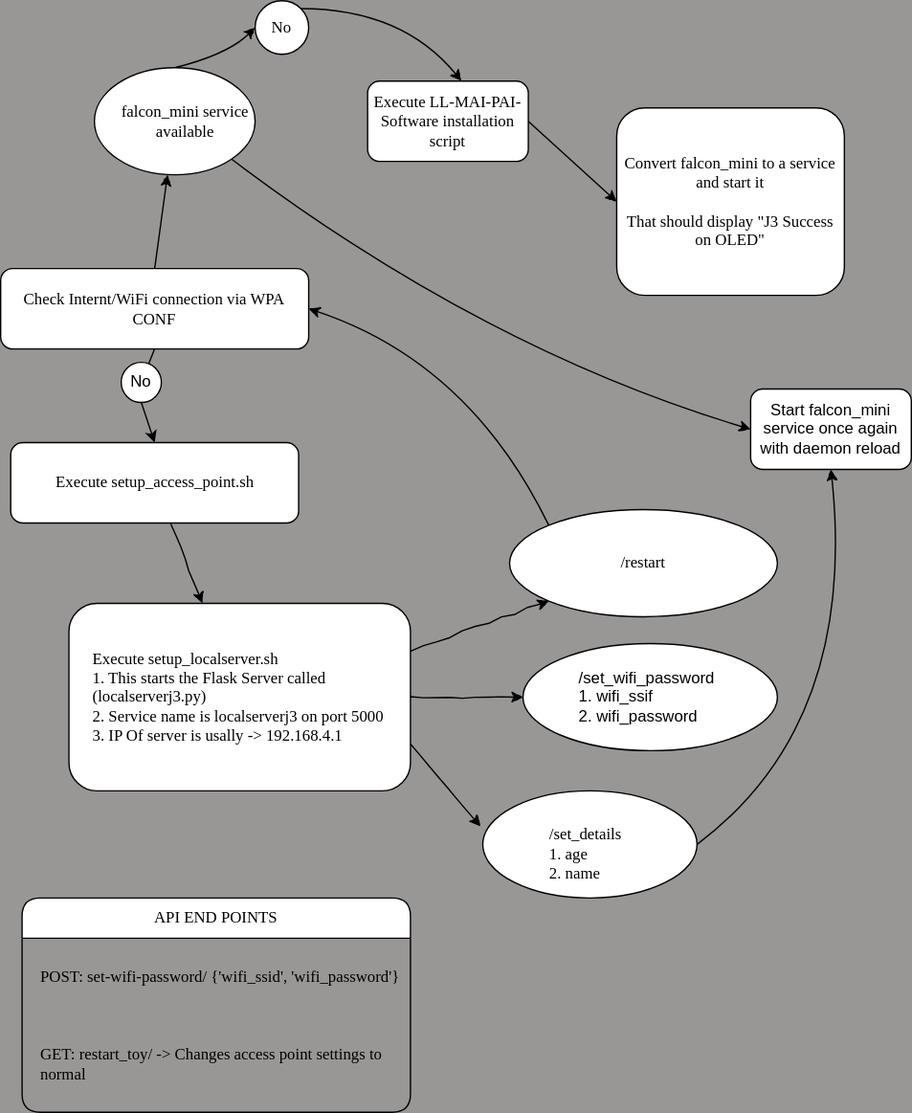
The draw.io diagram boot_sequence.svg in rshrc/falcon-mini, before a commit. Source tidied: cells renumbered, new cells last; positions are measured from the earlier drawing's top-left corner, leaving out a move shared by most shapes. Source of this version:
```xml
<mxGraphModel background="#999696">
  <root>
    <mxCell id="0" />
    <mxCell id="1" parent="0" />
    <mxCell id="2" style="edgeStyle=none;html=1;exitX=0.5;exitY=1;exitDx=0;exitDy=0;startArrow=none;" parent="1" edge="1" source="22">
      <mxGeometry relative="1" as="geometry">
        <mxPoint x="115" y="330" as="targetPoint" />
      </mxGeometry>
    </mxCell>
    <mxCell id="3" style="edgeStyle=none;html=1;exitX=0.5;exitY=0;exitDx=0;exitDy=0;fontFamily=Helvetica;curved=1;flowAnimation=1;fixDash=0;snapToPoint=0;comic=1;" parent="1" edge="1" source="4" target="26">
      <mxGeometry relative="1" as="geometry" />
    </mxCell>
    <mxCell id="4" value="Check Internt/WiFi connection via WPA CONF" style="rounded=1;whiteSpace=wrap;html=1;fontFamily=Verdana;" parent="1" vertex="1">
      <mxGeometry y="200" width="230" height="60" as="geometry" />
    </mxCell>
    <mxCell id="5" style="edgeStyle=none;html=1;comic=1;flowAnimation=1;" parent="1" edge="1" source="6" target="10">
      <mxGeometry relative="1" as="geometry" />
    </mxCell>
    <mxCell id="6" value="Execute setup_access_point.sh" style="rounded=1;whiteSpace=wrap;html=1;fontFamily=Verdana;" parent="1" vertex="1">
      <mxGeometry x="7.5" y="330" width="215" height="60" as="geometry" />
    </mxCell>
    <mxCell id="7" style="edgeStyle=none;html=1;exitX=1;exitY=0.75;exitDx=0;exitDy=0;entryX=-0.011;entryY=0.333;entryDx=0;entryDy=0;entryPerimeter=0;fontFamily=Verdana;comic=1;flowAnimation=1;" parent="1" edge="1" source="10" target="16">
      <mxGeometry relative="1" as="geometry" />
    </mxCell>
    <mxCell id="8" style="edgeStyle=none;html=1;exitX=1;exitY=0.5;exitDx=0;exitDy=0;entryX=0;entryY=0.5;entryDx=0;entryDy=0;fontFamily=Helvetica;comic=1;flowAnimation=1;" parent="1" edge="1" source="10" target="14">
      <mxGeometry relative="1" as="geometry" />
    </mxCell>
    <mxCell id="9" style="edgeStyle=none;html=1;exitX=1;exitY=0.25;exitDx=0;exitDy=0;entryX=0;entryY=1;entryDx=0;entryDy=0;fontFamily=Helvetica;comic=1;flowAnimation=1;" parent="1" edge="1" source="10" target="18">
      <mxGeometry relative="1" as="geometry" />
    </mxCell>
    <mxCell id="10" value="Execute setup_localserver.sh&lt;br&gt;1. This starts the Flask Server called (localserverj3.py)&lt;br&gt;2. Service name is localserverj3 on port 5000&lt;br&gt;3. IP Of server is usally -&amp;gt; 192.168.4.1" style="rounded=1;html=1;align=left;verticalAlign=middle;whiteSpace=wrap;spacingLeft=16;spacingRight=16;fontFamily=Verdana;" parent="1" vertex="1">
      <mxGeometry x="51" y="450" width="255" height="140" as="geometry" />
    </mxCell>
    <mxCell id="11" value="API END POINTS" style="swimlane;fontStyle=0;horizontal=1;startSize=30;whiteSpace=wrap;html=1;fontFamily=Verdana;rounded=1;" parent="1" vertex="1">
      <mxGeometry x="16" y="670" width="290" height="160" as="geometry" />
    </mxCell>
    <mxCell id="12" value="POST: set-wifi-password/ {'wifi_ssid', 'wifi_password'}" style="text;strokeColor=none;fillColor=none;align=left;verticalAlign=middle;spacingLeft=12;spacingRight=4;overflow=hidden;whiteSpace=wrap;html=1;fontFamily=Verdana;spacingBottom=12;rounded=1;" parent="11" vertex="1">
      <mxGeometry y="30" width="290" height="70" as="geometry" />
    </mxCell>
    <mxCell id="13" value="GET: restart_toy/ -&amp;gt; Changes access point settings to normal" style="text;strokeColor=none;fillColor=none;align=left;verticalAlign=middle;spacingLeft=12;spacingRight=4;overflow=hidden;whiteSpace=wrap;html=1;fontFamily=Verdana;spacingBottom=12;rounded=1;" parent="11" vertex="1">
      <mxGeometry y="100" width="290" height="60" as="geometry" />
    </mxCell>
    <mxCell id="14" value="/set_wifi_password&lt;br&gt;1. wifi_ssif&lt;br&gt;&lt;div style=&quot;&quot;&gt;&lt;span style=&quot;background-color: initial;&quot;&gt;2. wifi_password&lt;/span&gt;&lt;/div&gt;" style="ellipse;whiteSpace=wrap;html=1;fontFamily=Helvetica;align=left;fontStyle=0;spacingLeft=40;rounded=1;" parent="1" vertex="1">
      <mxGeometry x="390" y="480" width="190" height="80" as="geometry" />
    </mxCell>
    <mxCell id="15" style="edgeStyle=none;curved=1;comic=1;html=1;exitX=1;exitY=0.5;exitDx=0;exitDy=0;entryX=0.5;entryY=1;entryDx=0;entryDy=0;fontFamily=Helvetica;flowAnimation=1;" parent="1" edge="1" source="16" target="29">
      <mxGeometry relative="1" as="geometry">
        <Array as="points">
          <mxPoint x="640" y="540" />
        </Array>
      </mxGeometry>
    </mxCell>
    <mxCell id="16" value="&lt;br&gt;/set_details&lt;br&gt;1. age&lt;br&gt;&lt;div style=&quot;&quot;&gt;&lt;span style=&quot;background-color: initial;&quot;&gt;2. name&lt;/span&gt;&lt;/div&gt;" style="ellipse;whiteSpace=wrap;html=1;fontFamily=Verdana;align=left;spacingLeft=48;rounded=1;" parent="1" vertex="1">
      <mxGeometry x="360" y="590" width="160" height="80" as="geometry" />
    </mxCell>
    <mxCell id="17" style="edgeStyle=none;html=1;exitX=0;exitY=0;exitDx=0;exitDy=0;entryX=1;entryY=0.5;entryDx=0;entryDy=0;fontFamily=Helvetica;curved=1;comic=1;flowAnimation=1;" parent="1" edge="1" source="18" target="4">
      <mxGeometry relative="1" as="geometry">
        <Array as="points">
          <mxPoint x="350" y="270" />
        </Array>
      </mxGeometry>
    </mxCell>
    <mxCell id="18" value="/restart" style="ellipse;whiteSpace=wrap;html=1;fontFamily=Verdana;rounded=1;" parent="1" vertex="1">
      <mxGeometry x="380" y="380" width="200" height="80" as="geometry" />
    </mxCell>
    <mxCell id="19" style="edgeStyle=none;curved=1;comic=1;html=1;exitX=1;exitY=0.5;exitDx=0;exitDy=0;entryX=0;entryY=0.5;entryDx=0;entryDy=0;fontFamily=Helvetica;flowAnimation=1;" parent="1" edge="1" source="20" target="23">
      <mxGeometry relative="1" as="geometry" />
    </mxCell>
    <mxCell id="20" value="Execute LL-MAI-PAI-Software installation script" style="rounded=1;whiteSpace=wrap;html=1;fontFamily=Verdana;" parent="1" vertex="1">
      <mxGeometry x="274" y="60" width="120" height="60" as="geometry" />
    </mxCell>
    <mxCell id="21" style="edgeStyle=none;html=1;exitX=0.5;exitY=1;exitDx=0;exitDy=0;endArrow=none;" parent="1" edge="1" source="4" target="22">
      <mxGeometry relative="1" as="geometry" />
    </mxCell>
    <mxCell id="22" value="No" style="ellipse;whiteSpace=wrap;html=1;fontFamily=Helvetica;rounded=1;" parent="1" vertex="1">
      <mxGeometry x="90" y="270" width="30" height="30" as="geometry" />
    </mxCell>
    <mxCell id="23" value="Convert falcon_mini to a service and start it&lt;br&gt;&lt;br&gt;That should display &quot;J3 Success on OLED&quot;" style="rounded=1;whiteSpace=wrap;html=1;fontFamily=Verdana;" parent="1" vertex="1">
      <mxGeometry x="460" y="80" width="170" height="140" as="geometry" />
    </mxCell>
    <mxCell id="24" style="edgeStyle=none;curved=1;comic=1;html=1;exitX=0.5;exitY=0;exitDx=0;exitDy=0;entryX=0;entryY=0.5;entryDx=0;entryDy=0;fontFamily=Helvetica;flowAnimation=1;" parent="1" edge="1" source="26" target="28">
      <mxGeometry relative="1" as="geometry">
        <Array as="points">
          <mxPoint x="170" y="40" />
        </Array>
      </mxGeometry>
    </mxCell>
    <mxCell id="25" style="edgeStyle=none;curved=1;comic=1;html=1;exitX=1;exitY=1;exitDx=0;exitDy=0;entryX=0;entryY=0.5;entryDx=0;entryDy=0;fontFamily=Helvetica;flowAnimation=1;" parent="1" edge="1" source="26" target="29">
      <mxGeometry relative="1" as="geometry">
        <Array as="points">
          <mxPoint x="360" y="260" />
        </Array>
      </mxGeometry>
    </mxCell>
    <mxCell id="26" value="falcon_mini service available" style="ellipse;whiteSpace=wrap;html=1;fontFamily=Verdana;spacingLeft=16;rounded=1;" parent="1" vertex="1">
      <mxGeometry x="70" y="50" width="120" height="80" as="geometry" />
    </mxCell>
    <mxCell id="27" style="edgeStyle=none;curved=1;comic=1;html=1;exitX=1;exitY=0;exitDx=0;exitDy=0;entryX=0.584;entryY=-0.001;entryDx=0;entryDy=0;entryPerimeter=0;fontFamily=Helvetica;flowAnimation=1;" parent="1" edge="1" source="28" target="20">
      <mxGeometry relative="1" as="geometry">
        <Array as="points">
          <mxPoint x="300" y="6" />
        </Array>
      </mxGeometry>
    </mxCell>
    <mxCell id="28" value="No" style="ellipse;whiteSpace=wrap;html=1;fontFamily=Verdana;rounded=1;" parent="1" vertex="1">
      <mxGeometry x="190" width="40" height="40" as="geometry" />
    </mxCell>
    <mxCell id="29" value="&lt;font face=&quot;Helvetica&quot;&gt;Start falcon_mini service once again with daemon reload&lt;/font&gt;" style="rounded=1;whiteSpace=wrap;html=1;fontFamily=Verdana;" parent="1" vertex="1">
      <mxGeometry x="560" y="290" width="120" height="60" as="geometry" />
    </mxCell>
  </root>
</mxGraphModel>
```
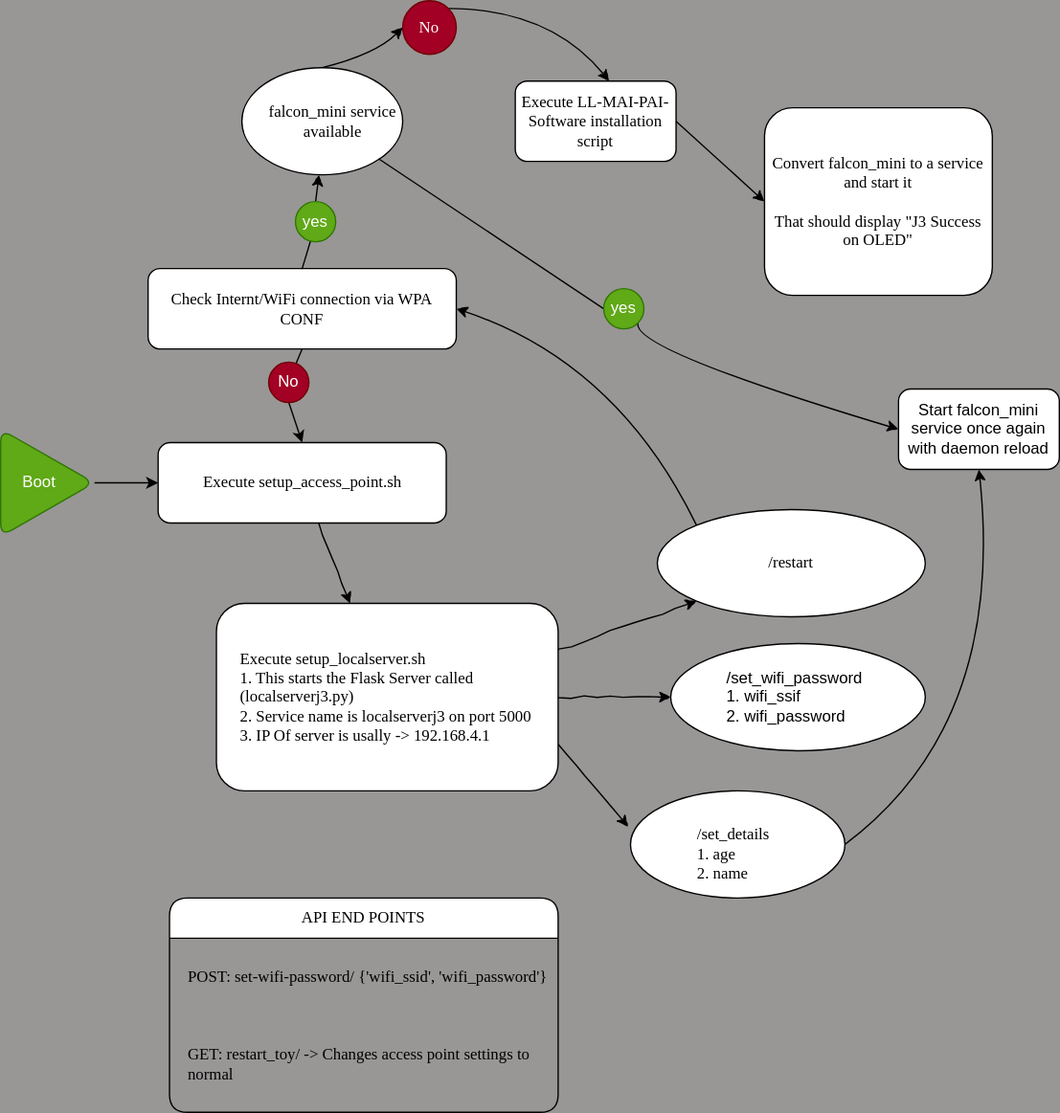
Above is the later version.

Diff of the diagram source:
```diff
@@ -7,7 +7,7 @@
         <mxPoint x="115" y="330" as="targetPoint" />
       </mxGeometry>
     </mxCell>
-    <mxCell id="3" style="edgeStyle=none;html=1;exitX=0.5;exitY=0;exitDx=0;exitDy=0;fontFamily=Helvetica;curved=1;flowAnimation=1;fixDash=0;snapToPoint=0;comic=1;" parent="1" edge="1" source="4" target="26">
+    <mxCell id="3" style="edgeStyle=none;html=1;exitX=0.5;exitY=0;exitDx=0;exitDy=0;fontFamily=Helvetica;curved=1;flowAnimation=1;fixDash=0;snapToPoint=0;comic=1;startArrow=none;" parent="1" edge="1" source="33" target="26">
       <mxGeometry relative="1" as="geometry" />
     </mxCell>
     <mxCell id="4" value="Check Internt/WiFi connection via WPA CONF" style="rounded=1;whiteSpace=wrap;html=1;fontFamily=Verdana;" parent="1" vertex="1">
@@ -72,7 +72,7 @@
     <mxCell id="21" style="edgeStyle=none;html=1;exitX=0.5;exitY=1;exitDx=0;exitDy=0;endArrow=none;" parent="1" edge="1" source="4" target="22">
       <mxGeometry relative="1" as="geometry" />
     </mxCell>
-    <mxCell id="22" value="No" style="ellipse;whiteSpace=wrap;html=1;fontFamily=Helvetica;rounded=1;" parent="1" vertex="1">
+    <mxCell id="22" value="No" style="ellipse;whiteSpace=wrap;html=1;fontFamily=Helvetica;rounded=1;fillColor=#a20025;fontColor=#ffffff;strokeColor=#6F0000;" parent="1" vertex="1">
       <mxGeometry x="90" y="270" width="30" height="30" as="geometry" />
     </mxCell>
     <mxCell id="23" value="Convert falcon_mini to a service and start it&lt;br&gt;&lt;br&gt;That should display &quot;J3 Success on OLED&quot;" style="rounded=1;whiteSpace=wrap;html=1;fontFamily=Verdana;" parent="1" vertex="1">
@@ -85,7 +85,7 @@
         </Array>
       </mxGeometry>
     </mxCell>
-    <mxCell id="25" style="edgeStyle=none;curved=1;comic=1;html=1;exitX=1;exitY=1;exitDx=0;exitDy=0;entryX=0;entryY=0.5;entryDx=0;entryDy=0;fontFamily=Helvetica;flowAnimation=1;" parent="1" edge="1" source="26" target="29">
+    <mxCell id="25" style="edgeStyle=none;curved=1;comic=1;html=1;exitX=1;exitY=1;exitDx=0;exitDy=0;entryX=0;entryY=0.5;entryDx=0;entryDy=0;fontFamily=Helvetica;flowAnimation=1;startArrow=none;" parent="1" edge="1" source="35" target="29">
       <mxGeometry relative="1" as="geometry">
         <Array as="points">
           <mxPoint x="360" y="260" />
@@ -102,11 +102,29 @@
         </Array>
       </mxGeometry>
     </mxCell>
-    <mxCell id="28" value="No" style="ellipse;whiteSpace=wrap;html=1;fontFamily=Verdana;rounded=1;" parent="1" vertex="1">
+    <mxCell id="28" value="No" style="ellipse;whiteSpace=wrap;html=1;fontFamily=Verdana;rounded=1;fillColor=#a20025;fontColor=#ffffff;strokeColor=#6F0000;" parent="1" vertex="1">
       <mxGeometry x="190" width="40" height="40" as="geometry" />
     </mxCell>
     <mxCell id="29" value="&lt;font face=&quot;Helvetica&quot;&gt;Start falcon_mini service once again with daemon reload&lt;/font&gt;" style="rounded=1;whiteSpace=wrap;html=1;fontFamily=Verdana;" parent="1" vertex="1">
       <mxGeometry x="560" y="290" width="120" height="60" as="geometry" />
     </mxCell>
+    <mxCell id="30" style="edgeStyle=none;rounded=1;html=1;" parent="1" edge="1" source="31" target="6">
+      <mxGeometry relative="1" as="geometry" />
+    </mxCell>
+    <mxCell id="31" value="Boot" style="triangle;whiteSpace=wrap;html=1;rounded=1;spacingLeft=-12;fillColor=#60a917;fontColor=#ffffff;strokeColor=#2D7600;" parent="1" vertex="1">
+      <mxGeometry x="-110" y="320" width="70" height="80" as="geometry" />
+    </mxCell>
+    <mxCell id="32" style="edgeStyle=none;html=1;exitX=0.5;exitY=0;exitDx=0;exitDy=0;fontFamily=Helvetica;curved=1;flowAnimation=1;fixDash=0;snapToPoint=0;comic=1;endArrow=none;" parent="1" edge="1" source="4" target="33">
+      <mxGeometry relative="1" as="geometry" />
+    </mxCell>
+    <mxCell id="33" value="yes" style="ellipse;whiteSpace=wrap;html=1;rounded=1;fillColor=#60a917;fontColor=#ffffff;strokeColor=#2D7600;" parent="1" vertex="1">
+      <mxGeometry x="110" y="150" width="30" height="30" as="geometry" />
+    </mxCell>
+    <mxCell id="34" style="edgeStyle=none;curved=1;comic=1;html=1;exitX=1;exitY=1;exitDx=0;exitDy=0;entryX=0;entryY=0.5;entryDx=0;entryDy=0;fontFamily=Helvetica;flowAnimation=1;endArrow=none;" parent="1" edge="1" source="26" target="35">
+      <mxGeometry relative="1" as="geometry" />
+    </mxCell>
+    <mxCell id="35" value="yes" style="ellipse;whiteSpace=wrap;html=1;rounded=1;fillColor=#60a917;fontColor=#ffffff;strokeColor=#2D7600;" parent="1" vertex="1">
+      <mxGeometry x="340" y="215" width="30" height="30" as="geometry" />
+    </mxCell>
   </root>
 </mxGraphModel>
```
